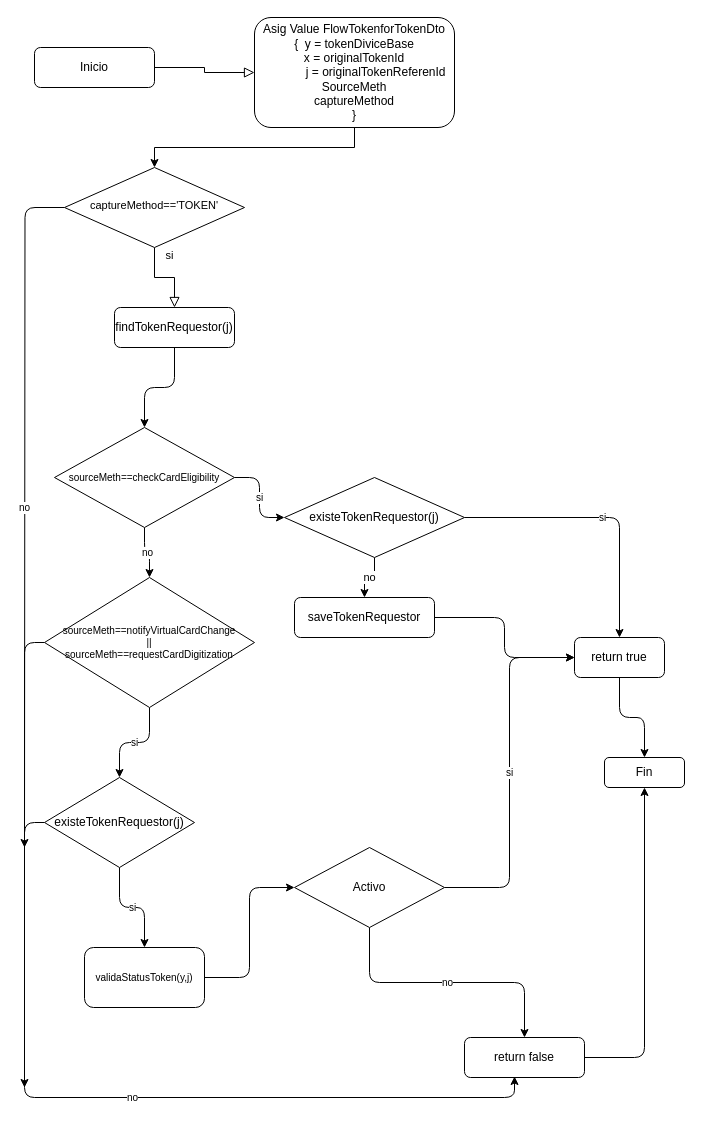
Earlier version of the draw.io diagram Diagramas/TokenforTokenprovisionin.drawio (lejr77/RepositorioPrueba). Source tidied: cells renumbered, new cells numbered last; positions are measured from the earlier drawing's top-left corner, leaving out a move shared by most shapes. Both pictures are drawn from the tidied source at 100%, with x=0, y=0 at pixel (24, 17).
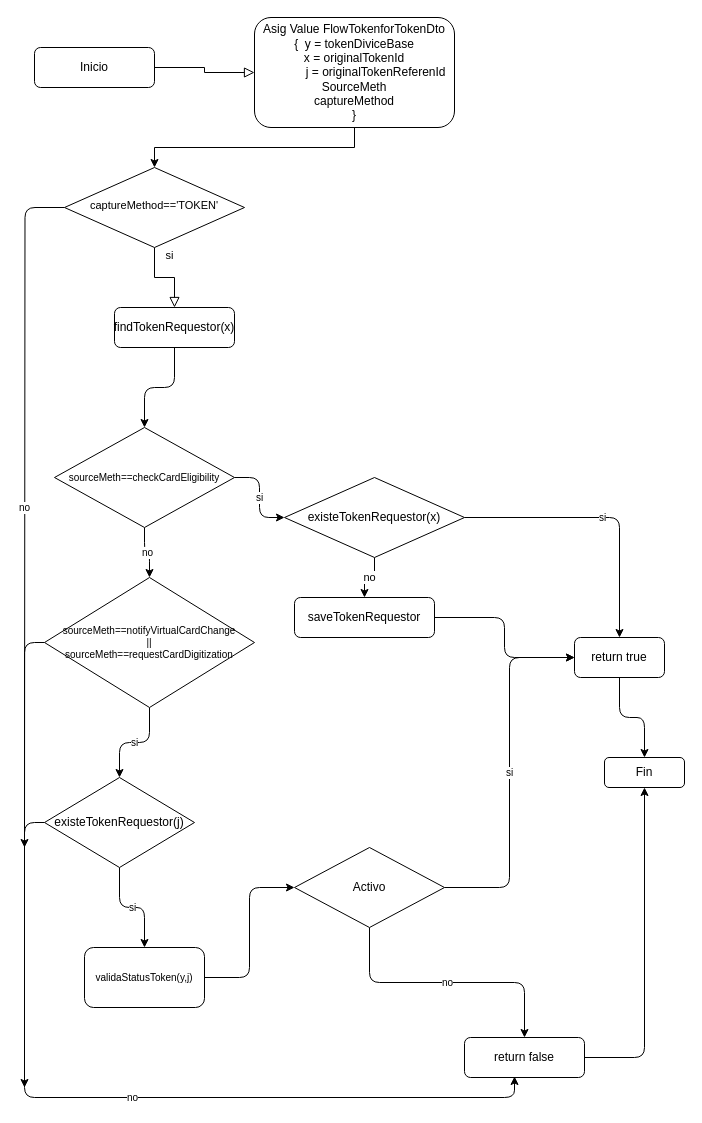
The same page after the edit.

Change to the diagram source:
```diff
@@
-    <mxCell id="8" value="findTokenRequestor(j)" style="rounded=1;whiteSpace=wrap;html=1;fontSize=12;glass=0;strokeWidth=1;shadow=0;" parent="1" vertex="1">
+    <mxCell id="8" value="findTokenRequestor(x)" style="rounded=1;whiteSpace=wrap;html=1;fontSize=12;glass=0;strokeWidth=1;shadow=0;" parent="1" vertex="1">
       <mxGeometry x="90" y="290" width="120" height="40" as="geometry" />
     </mxCell>
@@
-    <mxCell id="21" value="existeTokenRequestor(j)" style="rhombus;whiteSpace=wrap;html=1;" parent="1" vertex="1">
+    <mxCell id="21" value="existeTokenRequestor(x)" style="rhombus;whiteSpace=wrap;html=1;" parent="1" vertex="1">
       <mxGeometry x="260" y="460" width="180" height="80" as="geometry" />
     </mxCell>
```
